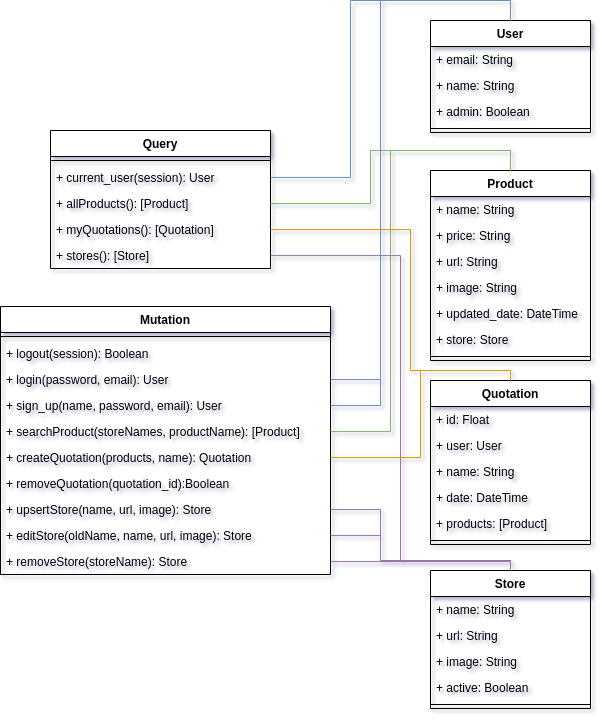
Above: Diagramas de clases final.png in PabloSzx/ERS-Cotiza-Facil (draw.io), before the change. Source tidied: cells renumbered, new cells last; positions are measured from the earlier drawing's top-left corner, leaving out a move shared by most shapes.
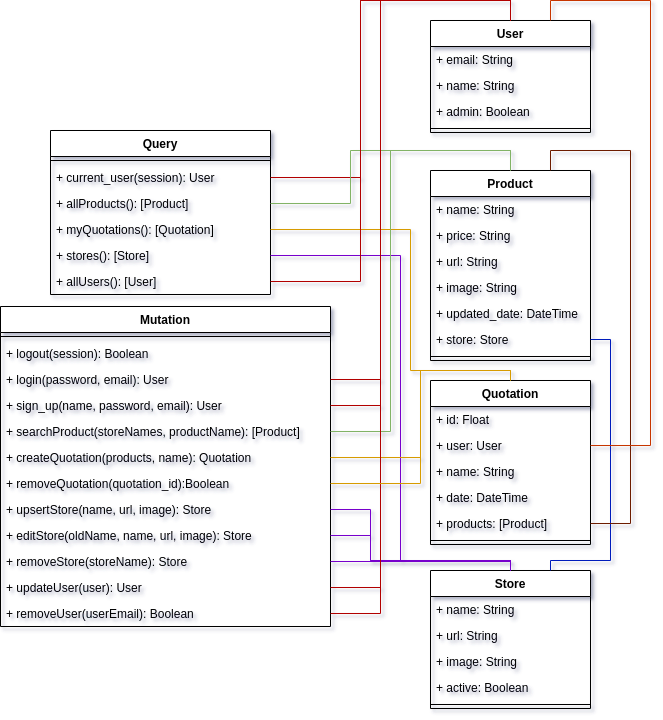
Later version of the same file.

Commit message:
actualizar modelo bdd y diagrama de clases final

What changed in the source:
```diff
@@ -81,7 +81,7 @@
       <mxGeometry y="130" width="160" height="8" as="geometry" />
     </mxCell>
     <mxCell id="28" value="Mutation" style="swimlane;fontStyle=1;align=center;verticalAlign=top;horizontal=1;startSize=26;" parent="1" vertex="1">
-      <mxGeometry y="286" width="330" height="268" as="geometry" />
+      <mxGeometry y="286" width="330" height="320" as="geometry" />
     </mxCell>
     <mxCell id="29" style="line;strokeWidth=1;fillColor=none;align=left;verticalAlign=middle;spacingTop=-1;spacingLeft=3;spacingRight=3;labelPosition=right;" parent="28" vertex="1">
       <mxGeometry y="26" width="330" height="8" as="geometry" />
@@ -110,11 +110,17 @@
     <mxCell id="37" value="+ editStore(oldName, name, url, image): Store" style="text;strokeColor=none;fillColor=none;align=left;verticalAlign=top;spacingLeft=4;spacingRight=4;overflow=hidden;points=[[0,0.5],[1,0.5]];portConstraint=eastwest;" parent="28" vertex="1">
       <mxGeometry y="216" width="330" height="26" as="geometry" />
     </mxCell>
+    <mxCell id="56" value="+ removeStore(storeName): Store" style="text;strokeColor=none;fillColor=none;align=left;verticalAlign=top;spacingLeft=4;spacingRight=4;overflow=hidden;points=[[0,0.5],[1,0.5]];portConstraint=eastwest;" parent="28" vertex="1">
+      <mxGeometry y="242" width="330" height="26" as="geometry" />
+    </mxCell>
-    <mxCell id="38" value="+ removeStore(storeName): Store" style="text;strokeColor=none;fillColor=none;align=left;verticalAlign=top;spacingLeft=4;spacingRight=4;overflow=hidden;points=[[0,0.5],[1,0.5]];portConstraint=eastwest;" parent="28" vertex="1">
-      <mxGeometry y="242" width="330" height="26" as="geometry" />
+    <mxCell id="38" value="+ updateUser(user): User" style="text;strokeColor=none;fillColor=none;align=left;verticalAlign=top;spacingLeft=4;spacingRight=4;overflow=hidden;points=[[0,0.5],[1,0.5]];portConstraint=eastwest;" parent="28" vertex="1">
+      <mxGeometry y="268" width="330" height="26" as="geometry" />
     </mxCell>
+    <mxCell id="57" value="+ removeUser(userEmail): Boolean" style="text;strokeColor=none;fillColor=none;align=left;verticalAlign=top;spacingLeft=4;spacingRight=4;overflow=hidden;points=[[0,0.5],[1,0.5]];portConstraint=eastwest;" parent="28" vertex="1">
+      <mxGeometry y="294" width="330" height="26" as="geometry" />
+    </mxCell>
     <mxCell id="39" value="Query" style="swimlane;fontStyle=1;align=center;verticalAlign=top;horizontal=1;startSize=26;" parent="1" vertex="1">
-      <mxGeometry x="50" y="110" width="220" height="138" as="geometry" />
+      <mxGeometry x="50" y="110" width="220" height="164" as="geometry" />
     </mxCell>
     <mxCell id="40" style="line;strokeWidth=1;fillColor=none;align=left;verticalAlign=middle;spacingTop=-1;spacingLeft=3;spacingRight=3;labelPosition=right;" parent="39" vertex="1">
       <mxGeometry y="26" width="220" height="8" as="geometry" />
@@ -131,14 +137,23 @@
     <mxCell id="44" value="+ stores(): [Store]" style="text;strokeColor=none;fillColor=none;align=left;verticalAlign=top;spacingLeft=4;spacingRight=4;overflow=hidden;points=[[0,0.5],[1,0.5]];portConstraint=eastwest;" parent="39" vertex="1">
       <mxGeometry y="112" width="220" height="26" as="geometry" />
     </mxCell>
+    <mxCell id="58" value="+ allUsers(): [User]" style="text;strokeColor=none;fillColor=none;align=left;verticalAlign=top;spacingLeft=4;spacingRight=4;overflow=hidden;points=[[0,0.5],[1,0.5]];portConstraint=eastwest;" parent="39" vertex="1">
+      <mxGeometry y="138" width="220" height="26" as="geometry" />
+    </mxCell>
-    <mxCell id="45" style="edgeStyle=orthogonalEdgeStyle;rounded=0;jettySize=auto;html=1;entryX=0.5;entryY=0;entryDx=0;entryDy=0;endArrow=none;endFill=0;fillColor=#dae8fc;strokeColor=#6c8ebf;" parent="1" edge="1" source="41" target="2">
-      <mxGeometry relative="1" as="geometry" />
+    <mxCell id="45" style="edgeStyle=orthogonalEdgeStyle;rounded=0;jettySize=auto;html=1;entryX=0.5;entryY=0;entryDx=0;entryDy=0;endArrow=none;endFill=0;fillColor=#e51400;strokeColor=#B20000;" parent="1" edge="1" source="41" target="2">
+      <mxGeometry relative="1" as="geometry">
+        <Array as="points">
+          <mxPoint x="360" y="157" />
+          <mxPoint x="360" y="-20" />
+          <mxPoint x="510" y="-20" />
+        </Array>
+      </mxGeometry>
     </mxCell>
     <mxCell id="46" style="edgeStyle=orthogonalEdgeStyle;rounded=0;jettySize=auto;html=1;entryX=0.5;entryY=0;entryDx=0;entryDy=0;endArrow=none;endFill=0;fillColor=#d5e8d4;strokeColor=#82b366;" parent="1" edge="1" source="42" target="7">
       <mxGeometry relative="1" as="geometry">
         <Array as="points">
-          <mxPoint x="370" y="183" />
-          <mxPoint x="370" y="130" />
+          <mxPoint x="350" y="183" />
+          <mxPoint x="350" y="130" />
           <mxPoint x="510" y="130" />
         </Array>
       </mxGeometry>
@@ -152,7 +167,7 @@
         </Array>
       </mxGeometry>
     </mxCell>
-    <mxCell id="48" style="edgeStyle=orthogonalEdgeStyle;rounded=0;jettySize=auto;html=1;entryX=0.5;entryY=0;entryDx=0;entryDy=0;endArrow=none;endFill=0;fillColor=#e1d5e7;strokeColor=#9673a6;" parent="1" edge="1" source="44" target="22">
+    <mxCell id="48" style="edgeStyle=orthogonalEdgeStyle;rounded=0;jettySize=auto;html=1;entryX=0.5;entryY=0;entryDx=0;entryDy=0;endArrow=none;endFill=0;fillColor=#aa00ff;strokeColor=#7700CC;" parent="1" edge="1" source="44" target="22">
       <mxGeometry relative="1" as="geometry">
         <Array as="points">
           <mxPoint x="400" y="235" />
@@ -161,10 +176,10 @@
         </Array>
       </mxGeometry>
     </mxCell>
-    <mxCell id="49" style="edgeStyle=orthogonalEdgeStyle;rounded=0;jettySize=auto;html=1;entryX=0.5;entryY=0;entryDx=0;entryDy=0;endArrow=none;endFill=0;fillColor=#dae8fc;strokeColor=#6c8ebf;" parent="1" edge="1" source="31" target="2">
+    <mxCell id="49" style="edgeStyle=orthogonalEdgeStyle;rounded=0;jettySize=auto;html=1;entryX=0.5;entryY=0;entryDx=0;entryDy=0;endArrow=none;endFill=0;fillColor=#e51400;strokeColor=#B20000;" parent="1" edge="1" source="31" target="2">
       <mxGeometry relative="1" as="geometry" />
     </mxCell>
-    <mxCell id="50" style="edgeStyle=orthogonalEdgeStyle;rounded=0;jettySize=auto;html=1;entryX=0.5;entryY=0;entryDx=0;entryDy=0;endArrow=none;endFill=0;fillColor=#dae8fc;strokeColor=#6c8ebf;" parent="1" edge="1" source="32" target="2">
+    <mxCell id="50" style="edgeStyle=orthogonalEdgeStyle;rounded=0;jettySize=auto;html=1;entryX=0.5;entryY=0;entryDx=0;entryDy=0;endArrow=none;endFill=0;fillColor=#e51400;strokeColor=#B20000;" parent="1" edge="1" source="32" target="2">
       <mxGeometry relative="1" as="geometry" />
     </mxCell>
     <mxCell id="51" style="edgeStyle=orthogonalEdgeStyle;rounded=0;jettySize=auto;html=1;entryX=0.5;entryY=0;entryDx=0;entryDy=0;endArrow=none;endFill=0;fillColor=#d5e8d4;strokeColor=#82b366;" parent="1" edge="1" source="33" target="7">
@@ -185,30 +200,87 @@
         </Array>
       </mxGeometry>
     </mxCell>
-    <mxCell id="53" style="edgeStyle=orthogonalEdgeStyle;rounded=0;jettySize=auto;html=1;endArrow=none;endFill=0;fillColor=#e1d5e7;strokeColor=#9673a6;" parent="1" edge="1" source="36" target="22">
+    <mxCell id="53" style="edgeStyle=orthogonalEdgeStyle;rounded=0;jettySize=auto;html=1;endArrow=none;endFill=0;fillColor=#aa00ff;strokeColor=#7700CC;" parent="1" edge="1" source="36" target="22">
       <mxGeometry relative="1" as="geometry">
         <Array as="points">
-          <mxPoint x="380" y="489" />
-          <mxPoint x="380" y="540" />
+          <mxPoint x="370" y="489" />
+          <mxPoint x="370" y="540" />
           <mxPoint x="510" y="540" />
         </Array>
       </mxGeometry>
     </mxCell>
-    <mxCell id="54" style="edgeStyle=orthogonalEdgeStyle;rounded=0;jettySize=auto;html=1;entryX=0.5;entryY=0;entryDx=0;entryDy=0;endArrow=none;endFill=0;fillColor=#e1d5e7;strokeColor=#9673a6;" parent="1" edge="1" source="37" target="22">
+    <mxCell id="54" style="edgeStyle=orthogonalEdgeStyle;rounded=0;jettySize=auto;html=1;entryX=0.5;entryY=0;entryDx=0;entryDy=0;endArrow=none;endFill=0;fillColor=#aa00ff;strokeColor=#7700CC;" parent="1" edge="1" source="37" target="22">
       <mxGeometry relative="1" as="geometry">
         <Array as="points">
-          <mxPoint x="380" y="515" />
-          <mxPoint x="380" y="540" />
+          <mxPoint x="370" y="515" />
+          <mxPoint x="370" y="540" />
           <mxPoint x="510" y="540" />
         </Array>
       </mxGeometry>
     </mxCell>
-    <mxCell id="55" style="edgeStyle=orthogonalEdgeStyle;rounded=0;jettySize=auto;html=1;entryX=0.5;entryY=0;entryDx=0;entryDy=0;endArrow=none;endFill=0;fillColor=#e1d5e7;strokeColor=#9673a6;" parent="1" edge="1" source="38" target="22">
+    <mxCell id="55" style="edgeStyle=orthogonalEdgeStyle;rounded=0;jettySize=auto;html=1;entryX=0.5;entryY=0;entryDx=0;entryDy=0;endArrow=none;endFill=0;fillColor=#aa00ff;strokeColor=#7700CC;exitX=1;exitY=0.5;exitDx=0;exitDy=0;" parent="1" edge="1" source="56" target="22">
       <mxGeometry relative="1" as="geometry">
         <Array as="points">
           <mxPoint x="510" y="541" />
         </Array>
       </mxGeometry>
     </mxCell>
+    <mxCell id="59" style="edgeStyle=orthogonalEdgeStyle;rounded=0;jettySize=auto;html=1;entryX=0.5;entryY=0;entryDx=0;entryDy=0;fillColor=#e51400;strokeColor=#B20000;endArrow=none;endFill=0;" parent="1" edge="1" source="58" target="2">
+      <mxGeometry relative="1" as="geometry">
+        <Array as="points">
+          <mxPoint x="360" y="261" />
+          <mxPoint x="360" y="-20" />
+          <mxPoint x="510" y="-20" />
+        </Array>
+      </mxGeometry>
+    </mxCell>
+    <mxCell id="60" style="edgeStyle=orthogonalEdgeStyle;rounded=0;jettySize=auto;html=1;exitX=1;exitY=0.5;exitDx=0;exitDy=0;entryX=0.5;entryY=0;entryDx=0;entryDy=0;endArrow=none;endFill=0;fillColor=#e51400;strokeColor=#B20000;" parent="1" edge="1" source="38" target="2">
+      <mxGeometry relative="1" as="geometry">
+        <Array as="points">
+          <mxPoint x="380" y="567" />
+          <mxPoint x="380" y="-20" />
+          <mxPoint x="510" y="-20" />
+        </Array>
+      </mxGeometry>
+    </mxCell>
+    <mxCell id="61" style="edgeStyle=orthogonalEdgeStyle;rounded=0;jettySize=auto;html=1;entryX=0.5;entryY=0;entryDx=0;entryDy=0;endArrow=none;endFill=0;fillColor=#e51400;strokeColor=#B20000;" parent="1" edge="1" source="57" target="2">
+      <mxGeometry relative="1" as="geometry" />
+    </mxCell>
+    <mxCell id="62" style="edgeStyle=orthogonalEdgeStyle;rounded=0;jettySize=auto;html=1;exitX=1;exitY=0.5;exitDx=0;exitDy=0;endArrow=none;endFill=0;fillColor=#ffe6cc;strokeColor=#d79b00;" parent="1" edge="1" source="35">
+      <mxGeometry relative="1" as="geometry">
+        <mxPoint x="500" y="350" as="targetPoint" />
+        <Array as="points">
+          <mxPoint x="420" y="463" />
+          <mxPoint x="420" y="350" />
+        </Array>
+      </mxGeometry>
+    </mxCell>
+    <mxCell id="63" style="edgeStyle=orthogonalEdgeStyle;rounded=0;jettySize=auto;html=1;entryX=0.75;entryY=0;entryDx=0;entryDy=0;endArrow=none;endFill=0;fillColor=#0050ef;strokeColor=#001DBC;" parent="1" edge="1" source="13" target="22">
+      <mxGeometry relative="1" as="geometry">
+        <Array as="points">
+          <mxPoint x="610" y="319" />
+          <mxPoint x="610" y="540" />
+          <mxPoint x="550" y="540" />
+        </Array>
+      </mxGeometry>
+    </mxCell>
+    <mxCell id="64" style="edgeStyle=orthogonalEdgeStyle;rounded=0;jettySize=auto;html=1;entryX=0.75;entryY=0;entryDx=0;entryDy=0;endArrow=none;endFill=0;fillColor=#a0522d;strokeColor=#6D1F00;" parent="1" edge="1" source="20" target="7">
+      <mxGeometry relative="1" as="geometry">
+        <Array as="points">
+          <mxPoint x="630" y="503" />
+          <mxPoint x="630" y="130" />
+          <mxPoint x="550" y="130" />
+        </Array>
+      </mxGeometry>
+    </mxCell>
+    <mxCell id="65" style="edgeStyle=orthogonalEdgeStyle;rounded=0;jettySize=auto;html=1;entryX=0.75;entryY=0;entryDx=0;entryDy=0;endArrow=none;endFill=0;fillColor=#fa6800;strokeColor=#C73500;" parent="1" edge="1" source="17" target="2">
+      <mxGeometry relative="1" as="geometry">
+        <Array as="points">
+          <mxPoint x="650" y="425" />
+          <mxPoint x="650" y="-20" />
+          <mxPoint x="550" y="-20" />
+        </Array>
+      </mxGeometry>
+    </mxCell>
   </root>
 </mxGraphModel>
```
